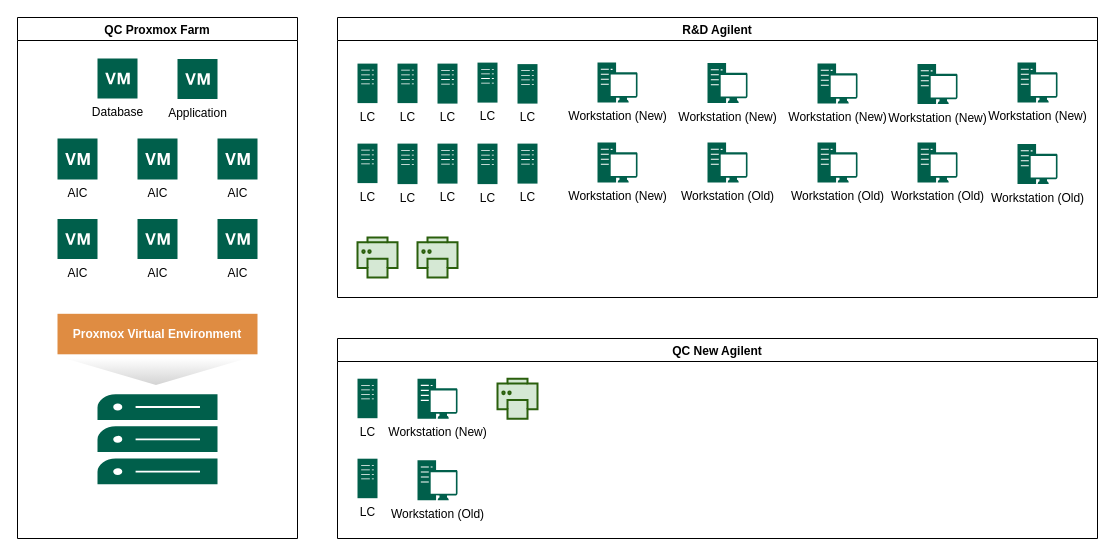
Before: R&D Network Veriosn.drawio in rwo001/FP, a draw.io diagram. Source tidied: cells renumbered, new cells numbered last; positions are measured from the earlier drawing's top-left corner, leaving out a move shared by most shapes. Both pictures are drawn from the tidied source at 100%, with x=0, y=0 at pixel (17, 17).
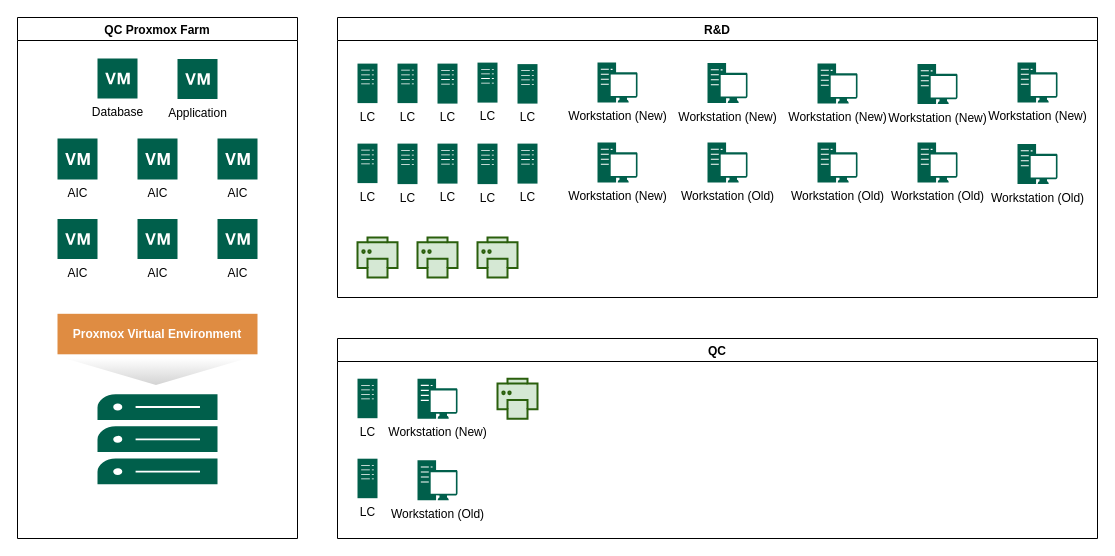
After the change.

Change to the diagram source:
```diff
@@
-    <mxCell id="2" value="R&amp;D Agilent" style="swimlane;" parent="1" vertex="1">
+    <mxCell id="2" value="R&amp;D" style="swimlane;" parent="1" vertex="1">
       <mxGeometry x="320" width="760" height="280" as="geometry" />
     </mxCell>
@@
+    <mxCell id="43" style="html=1;verticalLabelPosition=bottom;align=center;labelBackgroundColor=#ffffff;verticalAlign=top;strokeWidth=2;strokeColor=light-dark(#2a5f0c, #446e2c);shadow=0;dashed=0;shape=mxgraph.ios7.icons.printer;fillColor=#d5e8d4;" parent="2" vertex="1">
+      <mxGeometry x="140" y="220" width="40" height="40" as="geometry" />
+    </mxCell>
-    <mxCell id="25" value="QC New Agilent" style="swimlane;startSize=23;" parent="1" vertex="1">
+    <mxCell id="25" value="QC" style="swimlane;startSize=23;" parent="1" vertex="1">
       <mxGeometry x="320" y="321" width="760" height="200" as="geometry" />
     </mxCell>
```
